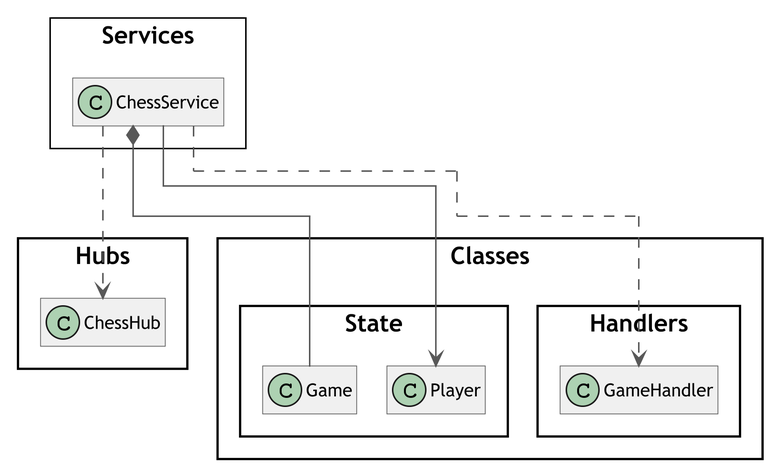
This is NEA-Final/Writeup/Design/Class Diagrams/Backend/Services/ChessService.png from connormcharg/school-work, a PlantUML export, as it was before one commit. Source of this version:
```plantuml
@startuml ChessService
skinparam classAttributeIconSize 0
skinparam classFontSize 16
skinparam classFontName Trebuchet MS
skinparam classBackgroundColor #F0F0F0
skinparam classBorderColor #585858
skinparam classArrowColor #585858
skinparam wrapWidth 400
skinparam RoundCorner 0
skinparam DefaultFontName Trebuchet MS
skinparam DefaultFontSize 16
skinparam ClassFontSize 16
skinparam TitleFontSize 20
skinparam ClassAttributeFontSize 12
skinparam ClassStereotypeFontSize 10
skinparam ArrowFontSize 10
skinparam Dpi 300
skinparam svgAntiAlias true
skinparam Linetype ortho
skinparam Nodesep 50
skinparam ranksep 75
skinparam groupInheritance 2
skinparam packageStyle Rectangle
!pragma layout elk

left to right direction

package Services <<Rectangle>> {
    class ChessService
}

ChessService ..> Hubs.ChessHub
ChessService *-- Classes.State.Game
ChessService ..> Classes.Handlers.GameHandler
ChessService --> Classes.State.Player

hide members
@enduml
```
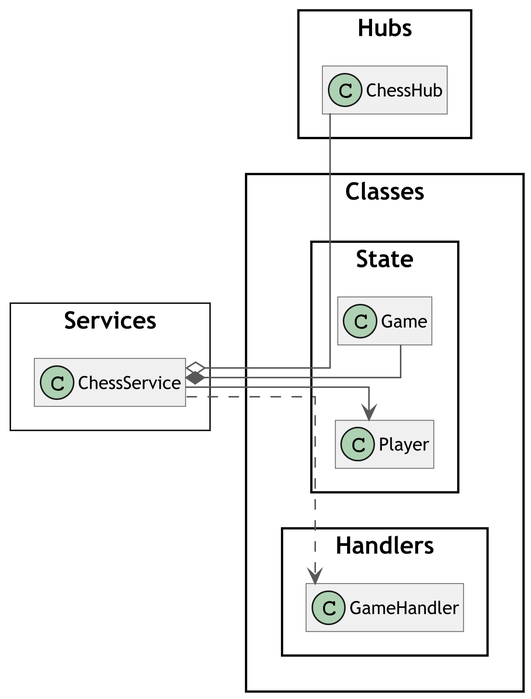
The same diagram one commit later.

Diff of the diagram source:
```diff
@@ -21,7 +21,6 @@
 skinparam ranksep 75
 skinparam groupInheritance 2
 skinparam packageStyle Rectangle
-!pragma layout elk
 
 left to right direction
 
@@ -29,7 +28,7 @@
     class ChessService
 }
 
-ChessService ..> Hubs.ChessHub
+ChessService o-- Hubs.ChessHub
 ChessService *-- Classes.State.Game
 ChessService ..> Classes.Handlers.GameHandler
 ChessService --> Classes.State.Player
```
